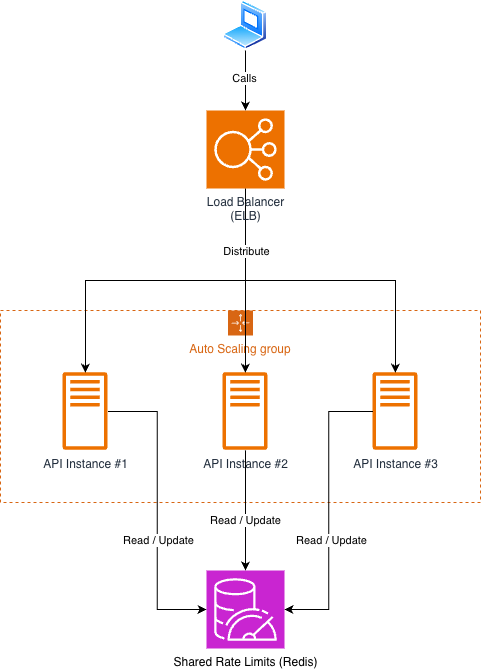
Before: docs/diagrams/architecture.png, a diagram exported from draw.io (thi-days/distributed-rate-limiter). Source tidied: cells renumbered, new cells last; positions are measured from the earlier drawing's top-left corner, leaving out a move shared by most shapes. Source of this version:
```xml
<mxGraphModel>
  <root>
    <mxCell id="0" />
    <mxCell id="1" parent="0" />
    <mxCell id="2" style="image;perimeter=ellipsePerimeter;html=1;align=center;shadow=0;dashed=0;spacingTop=3;image=img/lib/active_directory/laptop_client.svg;" parent="1" vertex="1">
      <mxGeometry x="222.5" width="45" height="50" as="geometry" />
    </mxCell>
    <mxCell id="3" value="Auto Scaling group" style="gradientColor=none;html=1;whiteSpace=wrap;fontSize=12;fontStyle=0;shape=mxgraph.aws4.groupCenter;grIcon=mxgraph.aws4.group_auto_scaling_group;grStroke=1;strokeColor=#D86613;fillColor=none;verticalAlign=top;align=center;fontColor=#D86613;dashed=1;spacingTop=25;" parent="1" vertex="1">
      <mxGeometry y="310" width="480" height="192" as="geometry" />
    </mxCell>
    <mxCell id="4" value="API Instance #1" style="sketch=0;outlineConnect=0;fontColor=#232F3E;gradientColor=none;fillColor=#ED7100;strokeColor=none;dashed=0;verticalLabelPosition=bottom;verticalAlign=top;align=center;html=1;fontSize=12;fontStyle=0;shape=mxgraph.aws4.traditional_server;" parent="3" vertex="1">
      <mxGeometry x="62.5" y="62" width="45" height="78" as="geometry" />
    </mxCell>
    <mxCell id="5" value="API Instance #2" style="sketch=0;outlineConnect=0;fontColor=#232F3E;gradientColor=none;fillColor=#ED7100;strokeColor=none;dashed=0;verticalLabelPosition=bottom;verticalAlign=top;align=center;html=1;fontSize=12;fontStyle=0;shape=mxgraph.aws4.traditional_server;" parent="3" vertex="1">
      <mxGeometry x="222.5" y="62" width="45" height="78" as="geometry" />
    </mxCell>
    <mxCell id="6" value="API Instance #3" style="sketch=0;outlineConnect=0;fontColor=#232F3E;gradientColor=none;fillColor=#ED7100;strokeColor=none;dashed=0;verticalLabelPosition=bottom;verticalAlign=top;align=center;html=1;fontSize=12;fontStyle=0;shape=mxgraph.aws4.traditional_server;" parent="3" vertex="1">
      <mxGeometry x="372.5" y="62" width="45" height="78" as="geometry" />
    </mxCell>
    <mxCell id="7" style="edgeStyle=orthogonalEdgeStyle;rounded=0;jettySize=auto;html=1;exitX=0.5;exitY=1;exitDx=0;exitDy=0;exitPerimeter=0;" parent="1" edge="1" source="11" target="4">
      <mxGeometry relative="1" as="geometry" />
    </mxCell>
    <mxCell id="8" style="edgeStyle=orthogonalEdgeStyle;rounded=0;jettySize=auto;html=1;exitX=0.5;exitY=1;exitDx=0;exitDy=0;exitPerimeter=0;" parent="1" edge="1" source="11" target="6">
      <mxGeometry relative="1" as="geometry" />
    </mxCell>
    <mxCell id="9" style="edgeStyle=orthogonalEdgeStyle;rounded=0;jettySize=auto;html=1;exitX=0.5;exitY=1;exitDx=0;exitDy=0;exitPerimeter=0;" parent="1" edge="1" source="11" target="5">
      <mxGeometry relative="1" as="geometry" />
    </mxCell>
    <mxCell id="10" value="Distribute" style="edgeLabel;html=1;align=center;verticalAlign=middle;" parent="9" vertex="1">
      <mxGeometry x="-0.4" y="2" relative="1" as="geometry">
        <mxPoint x="-2" y="7" as="offset" />
      </mxGeometry>
    </mxCell>
    <mxCell id="11" value="Load Balancer&lt;div&gt;(ELB)&lt;/div&gt;" style="sketch=0;points=[[0,0,0],[0.25,0,0],[0.5,0,0],[0.75,0,0],[1,0,0],[0,1,0],[0.25,1,0],[0.5,1,0],[0.75,1,0],[1,1,0],[0,0.25,0],[0,0.5,0],[0,0.75,0],[1,0.25,0],[1,0.5,0],[1,0.75,0]];outlineConnect=0;fontColor=#232F3E;fillColor=#ED7100;strokeColor=#ffffff;dashed=0;verticalLabelPosition=bottom;verticalAlign=top;align=center;html=1;fontSize=12;fontStyle=0;shape=mxgraph.aws4.resourceIcon;resIcon=mxgraph.aws4.elastic_load_balancing;" parent="1" vertex="1">
      <mxGeometry x="206" y="110" width="78" height="78" as="geometry" />
    </mxCell>
    <mxCell id="12" value="&lt;span style=&quot;color: rgb(0, 0, 0); background-color: rgb(255, 255, 255);&quot;&gt;Shared Rate Limits (Redis)&lt;/span&gt;" style="sketch=0;points=[[0,0,0],[0.25,0,0],[0.5,0,0],[0.75,0,0],[1,0,0],[0,1,0],[0.25,1,0],[0.5,1,0],[0.75,1,0],[1,1,0],[0,0.25,0],[0,0.5,0],[0,0.75,0],[1,0.25,0],[1,0.5,0],[1,0.75,0]];outlineConnect=0;fontColor=#232F3E;fillColor=#C925D1;strokeColor=#ffffff;dashed=0;verticalLabelPosition=bottom;verticalAlign=top;align=center;html=1;fontSize=12;fontStyle=0;shape=mxgraph.aws4.resourceIcon;resIcon=mxgraph.aws4.memorydb_for_redis;" parent="1" vertex="1">
      <mxGeometry x="206" y="570" width="78" height="78" as="geometry" />
    </mxCell>
    <mxCell id="13" style="edgeStyle=orthogonalEdgeStyle;rounded=0;jettySize=auto;html=1;exitX=0.5;exitY=1;exitDx=0;exitDy=0;entryX=0.5;entryY=0;entryDx=0;entryDy=0;entryPerimeter=0;" parent="1" edge="1" source="2" target="11">
      <mxGeometry relative="1" as="geometry" />
    </mxCell>
    <mxCell id="14" value="Calls" style="edgeLabel;html=1;align=center;verticalAlign=middle;" parent="13" vertex="1">
      <mxGeometry x="-0.09" y="-2" relative="1" as="geometry" />
    </mxCell>
    <mxCell id="15" style="edgeStyle=orthogonalEdgeStyle;rounded=0;jettySize=auto;html=1;entryX=0;entryY=0.5;entryDx=0;entryDy=0;entryPerimeter=0;" parent="1" edge="1" source="4" target="12">
      <mxGeometry relative="1" as="geometry" />
    </mxCell>
    <mxCell id="16" value="Read / Update" style="edgeLabel;html=1;align=center;verticalAlign=middle;" parent="15" vertex="1">
      <mxGeometry x="0.29" y="1" relative="1" as="geometry">
        <mxPoint y="-13" as="offset" />
      </mxGeometry>
    </mxCell>
    <mxCell id="17" style="edgeStyle=orthogonalEdgeStyle;rounded=0;jettySize=auto;html=1;entryX=1;entryY=0.5;entryDx=0;entryDy=0;entryPerimeter=0;" parent="1" edge="1" source="6" target="12">
      <mxGeometry relative="1" as="geometry" />
    </mxCell>
    <mxCell id="18" value="Read / Update" style="edgeLabel;html=1;align=center;verticalAlign=middle;" parent="17" vertex="1">
      <mxGeometry x="0.11" relative="1" as="geometry">
        <mxPoint x="2" y="14" as="offset" />
      </mxGeometry>
    </mxCell>
    <mxCell id="19" style="edgeStyle=orthogonalEdgeStyle;rounded=0;jettySize=auto;html=1;" parent="1" edge="1" source="5" target="12">
      <mxGeometry relative="1" as="geometry" />
    </mxCell>
    <mxCell id="20" value="Read / Update" style="edgeLabel;html=1;align=center;verticalAlign=middle;" parent="19" vertex="1">
      <mxGeometry x="0.16" y="-1" relative="1" as="geometry" />
    </mxCell>
  </root>
</mxGraphModel>
```
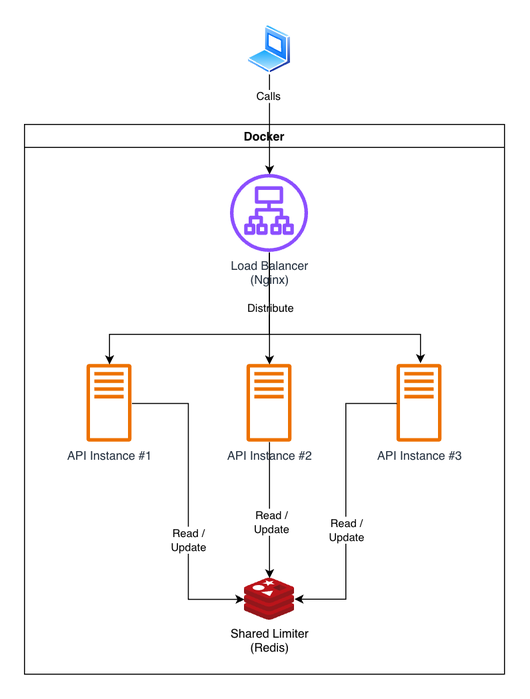
Above is the later version.

Change to the diagram source:
```diff
@@ -2,68 +2,76 @@
   <root>
     <mxCell id="0" />
     <mxCell id="1" parent="0" />
-    <mxCell id="2" style="image;perimeter=ellipsePerimeter;html=1;align=center;shadow=0;dashed=0;spacingTop=3;image=img/lib/active_directory/laptop_client.svg;" parent="1" vertex="1">
-      <mxGeometry x="222.5" width="45" height="50" as="geometry" />
-    </mxCell>
-    <mxCell id="3" value="Auto Scaling group" style="gradientColor=none;html=1;whiteSpace=wrap;fontSize=12;fontStyle=0;shape=mxgraph.aws4.groupCenter;grIcon=mxgraph.aws4.group_auto_scaling_group;grStroke=1;strokeColor=#D86613;fillColor=none;verticalAlign=top;align=center;fontColor=#D86613;dashed=1;spacingTop=25;" parent="1" vertex="1">
-      <mxGeometry y="310" width="480" height="192" as="geometry" />
-    </mxCell>
+    <mxCell id="21" value="Docker" style="swimlane;" parent="1" vertex="1">
+      <mxGeometry y="100" width="480" height="550" as="geometry" />
+    </mxCell>
-    <mxCell id="4" value="API Instance #1" style="sketch=0;outlineConnect=0;fontColor=#232F3E;gradientColor=none;fillColor=#ED7100;strokeColor=none;dashed=0;verticalLabelPosition=bottom;verticalAlign=top;align=center;html=1;fontSize=12;fontStyle=0;shape=mxgraph.aws4.traditional_server;" parent="3" vertex="1">
-      <mxGeometry x="62.5" y="62" width="45" height="78" as="geometry" />
+    <mxCell id="4" value="API Instance #1" style="sketch=0;outlineConnect=0;fontColor=#232F3E;gradientColor=none;fillColor=#ED7100;strokeColor=none;dashed=0;verticalLabelPosition=bottom;verticalAlign=top;align=center;html=1;fontSize=12;fontStyle=0;shape=mxgraph.aws4.traditional_server;" parent="21" vertex="1">
+      <mxGeometry x="62.5" y="240" width="45" height="78" as="geometry" />
     </mxCell>
-    <mxCell id="5" value="API Instance #2" style="sketch=0;outlineConnect=0;fontColor=#232F3E;gradientColor=none;fillColor=#ED7100;strokeColor=none;dashed=0;verticalLabelPosition=bottom;verticalAlign=top;align=center;html=1;fontSize=12;fontStyle=0;shape=mxgraph.aws4.traditional_server;" parent="3" vertex="1">
-      <mxGeometry x="222.5" y="62" width="45" height="78" as="geometry" />
+    <mxCell id="5" value="API Instance #2" style="sketch=0;outlineConnect=0;fontColor=#232F3E;gradientColor=none;fillColor=#ED7100;strokeColor=none;dashed=0;verticalLabelPosition=bottom;verticalAlign=top;align=center;html=1;fontSize=12;fontStyle=0;shape=mxgraph.aws4.traditional_server;" parent="21" vertex="1">
+      <mxGeometry x="222.5" y="240" width="45" height="78" as="geometry" />
     </mxCell>
-    <mxCell id="6" value="API Instance #3" style="sketch=0;outlineConnect=0;fontColor=#232F3E;gradientColor=none;fillColor=#ED7100;strokeColor=none;dashed=0;verticalLabelPosition=bottom;verticalAlign=top;align=center;html=1;fontSize=12;fontStyle=0;shape=mxgraph.aws4.traditional_server;" parent="3" vertex="1">
-      <mxGeometry x="372.5" y="62" width="45" height="78" as="geometry" />
+    <mxCell id="6" value="API Instance #3" style="sketch=0;outlineConnect=0;fontColor=#232F3E;gradientColor=none;fillColor=#ED7100;strokeColor=none;dashed=0;verticalLabelPosition=bottom;verticalAlign=top;align=center;html=1;fontSize=12;fontStyle=0;shape=mxgraph.aws4.traditional_server;" parent="21" vertex="1">
+      <mxGeometry x="372.5" y="240" width="45" height="78" as="geometry" />
     </mxCell>
-    <mxCell id="7" style="edgeStyle=orthogonalEdgeStyle;rounded=0;jettySize=auto;html=1;exitX=0.5;exitY=1;exitDx=0;exitDy=0;exitPerimeter=0;" parent="1" edge="1" source="11" target="4">
-      <mxGeometry relative="1" as="geometry" />
-    </mxCell>
-    <mxCell id="8" style="edgeStyle=orthogonalEdgeStyle;rounded=0;jettySize=auto;html=1;exitX=0.5;exitY=1;exitDx=0;exitDy=0;exitPerimeter=0;" parent="1" edge="1" source="11" target="6">
-      <mxGeometry relative="1" as="geometry" />
-    </mxCell>
-    <mxCell id="9" style="edgeStyle=orthogonalEdgeStyle;rounded=0;jettySize=auto;html=1;exitX=0.5;exitY=1;exitDx=0;exitDy=0;exitPerimeter=0;" parent="1" edge="1" source="11" target="5">
-      <mxGeometry relative="1" as="geometry" />
-    </mxCell>
+    <mxCell id="22" value="Shared Limiter&lt;br&gt;(Redis)" style="image;sketch=0;html=1;align=center;fontSize=12;image=img/lib/mscae/Cache_Redis_Product.svg;points=[[0.5,0,0],[0.5,1,0],[0,0.503,0],[1,0.501,0],[0.987,0.218,0],[0.987,0.785,0],[0.013,0.785,0],[0.013,0.218,0]];" parent="21" vertex="1">
+      <mxGeometry x="220" y="454" width="50" height="42" as="geometry" />
+    </mxCell>
+    <mxCell id="23" style="edgeStyle=orthogonalEdgeStyle;rounded=0;jettySize=auto;html=1;entryX=0;entryY=0.503;entryDx=0;entryDy=0;entryPerimeter=0;" parent="21" edge="1" source="4" target="22">
+      <mxGeometry relative="1" as="geometry" />
+    </mxCell>
+    <mxCell id="24" value="Read /&lt;div&gt;Update&lt;/div&gt;" style="edgeLabel;html=1;align=center;verticalAlign=middle;" parent="23" vertex="1">
+      <mxGeometry x="0.25" relative="1" as="geometry" />
+    </mxCell>
+    <mxCell id="25" style="edgeStyle=orthogonalEdgeStyle;rounded=0;jettySize=auto;html=1;entryX=0.5;entryY=0;entryDx=0;entryDy=0;entryPerimeter=0;" parent="21" edge="1" source="5" target="22">
+      <mxGeometry relative="1" as="geometry" />
+    </mxCell>
+    <mxCell id="26" value="Read /&lt;div&gt;Update&lt;/div&gt;" style="edgeLabel;html=1;align=center;verticalAlign=middle;" parent="25" vertex="1">
+      <mxGeometry x="0.18" y="1" relative="1" as="geometry" />
+    </mxCell>
+    <mxCell id="27" style="edgeStyle=orthogonalEdgeStyle;rounded=0;jettySize=auto;html=1;entryX=1;entryY=0.501;entryDx=0;entryDy=0;entryPerimeter=0;" parent="21" edge="1" source="6" target="22">
+      <mxGeometry relative="1" as="geometry" />
+    </mxCell>
+    <mxCell id="28" value="Read /&lt;div&gt;Update&lt;/div&gt;" style="edgeLabel;html=1;align=center;verticalAlign=middle;" parent="27" vertex="1">
+      <mxGeometry x="0.07" relative="1" as="geometry">
+        <mxPoint y="19" as="offset" />
+      </mxGeometry>
+    </mxCell>
+    <mxCell id="29" value="Load Balancer&lt;br&gt;(Nginx)" style="sketch=0;outlineConnect=0;fontColor=#232F3E;gradientColor=none;fillColor=#8C4FFF;strokeColor=none;dashed=0;verticalLabelPosition=bottom;verticalAlign=top;align=center;html=1;fontSize=12;fontStyle=0;shape=mxgraph.aws4.application_load_balancer;" parent="21" vertex="1">
+      <mxGeometry x="206" y="50" width="78" height="78" as="geometry" />
+    </mxCell>
+    <mxCell id="30" style="edgeStyle=orthogonalEdgeStyle;rounded=0;jettySize=auto;html=1;" parent="21" edge="1" source="29" target="5">
+      <mxGeometry relative="1" as="geometry" />
+    </mxCell>
-    <mxCell id="10" value="Distribute" style="edgeLabel;html=1;align=center;verticalAlign=middle;" parent="9" vertex="1">
-      <mxGeometry x="-0.4" y="2" relative="1" as="geometry">
-        <mxPoint x="-2" y="7" as="offset" />
+    <mxCell id="10" value="Distribute" style="edgeLabel;html=1;align=center;verticalAlign=middle;" parent="30" vertex="1">
+      <mxGeometry x="-0.2" y="2" relative="1" as="geometry">
+        <mxPoint x="-2" y="11" as="offset" />
       </mxGeometry>
     </mxCell>
-    <mxCell id="11" value="Load Balancer&lt;div&gt;(ELB)&lt;/div&gt;" style="sketch=0;points=[[0,0,0],[0.25,0,0],[0.5,0,0],[0.75,0,0],[1,0,0],[0,1,0],[0.25,1,0],[0.5,1,0],[0.75,1,0],[1,1,0],[0,0.25,0],[0,0.5,0],[0,0.75,0],[1,0.25,0],[1,0.5,0],[1,0.75,0]];outlineConnect=0;fontColor=#232F3E;fillColor=#ED7100;strokeColor=#ffffff;dashed=0;verticalLabelPosition=bottom;verticalAlign=top;align=center;html=1;fontSize=12;fontStyle=0;shape=mxgraph.aws4.resourceIcon;resIcon=mxgraph.aws4.elastic_load_balancing;" parent="1" vertex="1">
-      <mxGeometry x="206" y="110" width="78" height="78" as="geometry" />
-    </mxCell>
-    <mxCell id="12" value="&lt;span style=&quot;color: rgb(0, 0, 0); background-color: rgb(255, 255, 255);&quot;&gt;Shared Rate Limits (Redis)&lt;/span&gt;" style="sketch=0;points=[[0,0,0],[0.25,0,0],[0.5,0,0],[0.75,0,0],[1,0,0],[0,1,0],[0.25,1,0],[0.5,1,0],[0.75,1,0],[1,1,0],[0,0.25,0],[0,0.5,0],[0,0.75,0],[1,0.25,0],[1,0.5,0],[1,0.75,0]];outlineConnect=0;fontColor=#232F3E;fillColor=#C925D1;strokeColor=#ffffff;dashed=0;verticalLabelPosition=bottom;verticalAlign=top;align=center;html=1;fontSize=12;fontStyle=0;shape=mxgraph.aws4.resourceIcon;resIcon=mxgraph.aws4.memorydb_for_redis;" parent="1" vertex="1">
-      <mxGeometry x="206" y="570" width="78" height="78" as="geometry" />
-    </mxCell>
+    <mxCell id="31" style="edgeStyle=orthogonalEdgeStyle;rounded=0;jettySize=auto;html=1;entryX=0.499;entryY=-0.002;entryDx=0;entryDy=0;entryPerimeter=0;exitX=0.498;exitY=1.005;exitDx=0;exitDy=0;exitPerimeter=0;" parent="21" edge="1" source="29" target="4">
+      <mxGeometry relative="1" as="geometry">
+        <Array as="points">
+          <mxPoint x="244.8" y="210" />
+          <mxPoint x="85" y="210" />
+        </Array>
+      </mxGeometry>
+    </mxCell>
+    <mxCell id="32" style="edgeStyle=orthogonalEdgeStyle;rounded=0;jettySize=auto;html=1;entryX=0.522;entryY=-0.017;entryDx=0;entryDy=0;entryPerimeter=0;exitX=0.5;exitY=1.026;exitDx=0;exitDy=0;exitPerimeter=0;" parent="21" edge="1" source="29" target="6">
+      <mxGeometry relative="1" as="geometry">
+        <Array as="points">
+          <mxPoint x="245" y="210" />
+          <mxPoint x="396" y="210" />
+        </Array>
+      </mxGeometry>
+    </mxCell>
+    <mxCell id="2" style="image;perimeter=ellipsePerimeter;html=1;align=center;shadow=0;dashed=0;spacingTop=3;image=img/lib/active_directory/laptop_client.svg;" parent="1" vertex="1">
+      <mxGeometry x="222.5" width="45" height="50" as="geometry" />
+    </mxCell>
-    <mxCell id="13" style="edgeStyle=orthogonalEdgeStyle;rounded=0;jettySize=auto;html=1;exitX=0.5;exitY=1;exitDx=0;exitDy=0;entryX=0.5;entryY=0;entryDx=0;entryDy=0;entryPerimeter=0;" parent="1" edge="1" source="2" target="11">
+    <mxCell id="13" style="edgeStyle=orthogonalEdgeStyle;rounded=0;jettySize=auto;html=1;exitX=0.5;exitY=1;exitDx=0;exitDy=0;" parent="1" edge="1" source="2" target="29">
       <mxGeometry relative="1" as="geometry" />
     </mxCell>
     <mxCell id="14" value="Calls" style="edgeLabel;html=1;align=center;verticalAlign=middle;" parent="13" vertex="1">
-      <mxGeometry x="-0.09" y="-2" relative="1" as="geometry" />
+      <mxGeometry x="-0.58" y="-2" relative="1" as="geometry" />
     </mxCell>
-    <mxCell id="15" style="edgeStyle=orthogonalEdgeStyle;rounded=0;jettySize=auto;html=1;entryX=0;entryY=0.5;entryDx=0;entryDy=0;entryPerimeter=0;" parent="1" edge="1" source="4" target="12">
-      <mxGeometry relative="1" as="geometry" />
-    </mxCell>
-    <mxCell id="16" value="Read / Update" style="edgeLabel;html=1;align=center;verticalAlign=middle;" parent="15" vertex="1">
-      <mxGeometry x="0.29" y="1" relative="1" as="geometry">
-        <mxPoint y="-13" as="offset" />
-      </mxGeometry>
-    </mxCell>
-    <mxCell id="17" style="edgeStyle=orthogonalEdgeStyle;rounded=0;jettySize=auto;html=1;entryX=1;entryY=0.5;entryDx=0;entryDy=0;entryPerimeter=0;" parent="1" edge="1" source="6" target="12">
-      <mxGeometry relative="1" as="geometry" />
-    </mxCell>
-    <mxCell id="18" value="Read / Update" style="edgeLabel;html=1;align=center;verticalAlign=middle;" parent="17" vertex="1">
-      <mxGeometry x="0.11" relative="1" as="geometry">
-        <mxPoint x="2" y="14" as="offset" />
-      </mxGeometry>
-    </mxCell>
-    <mxCell id="19" style="edgeStyle=orthogonalEdgeStyle;rounded=0;jettySize=auto;html=1;" parent="1" edge="1" source="5" target="12">
-      <mxGeometry relative="1" as="geometry" />
-    </mxCell>
-    <mxCell id="20" value="Read / Update" style="edgeLabel;html=1;align=center;verticalAlign=middle;" parent="19" vertex="1">
-      <mxGeometry x="0.16" y="-1" relative="1" as="geometry" />
-    </mxCell>
   </root>
 </mxGraphModel>
```
